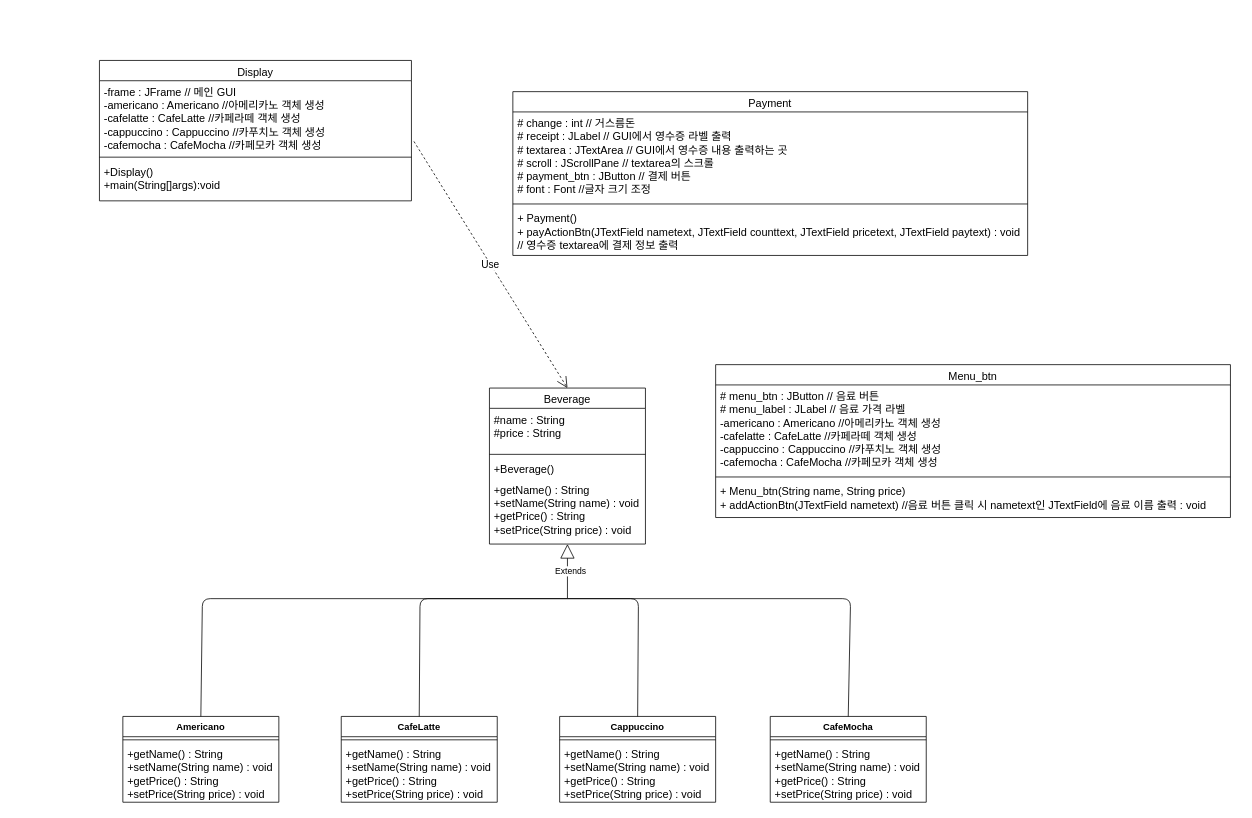
Earlier version of the draw.io diagram Untitled Diagram.drawio (ans2568/Messenger). Source tidied: cells renumbered, new cells numbered last; positions are measured from the earlier drawing's top-left corner, leaving out a move shared by most shapes. Both pictures are drawn from the tidied source at 78%, with x=0, y=0 at pixel (99, 60).
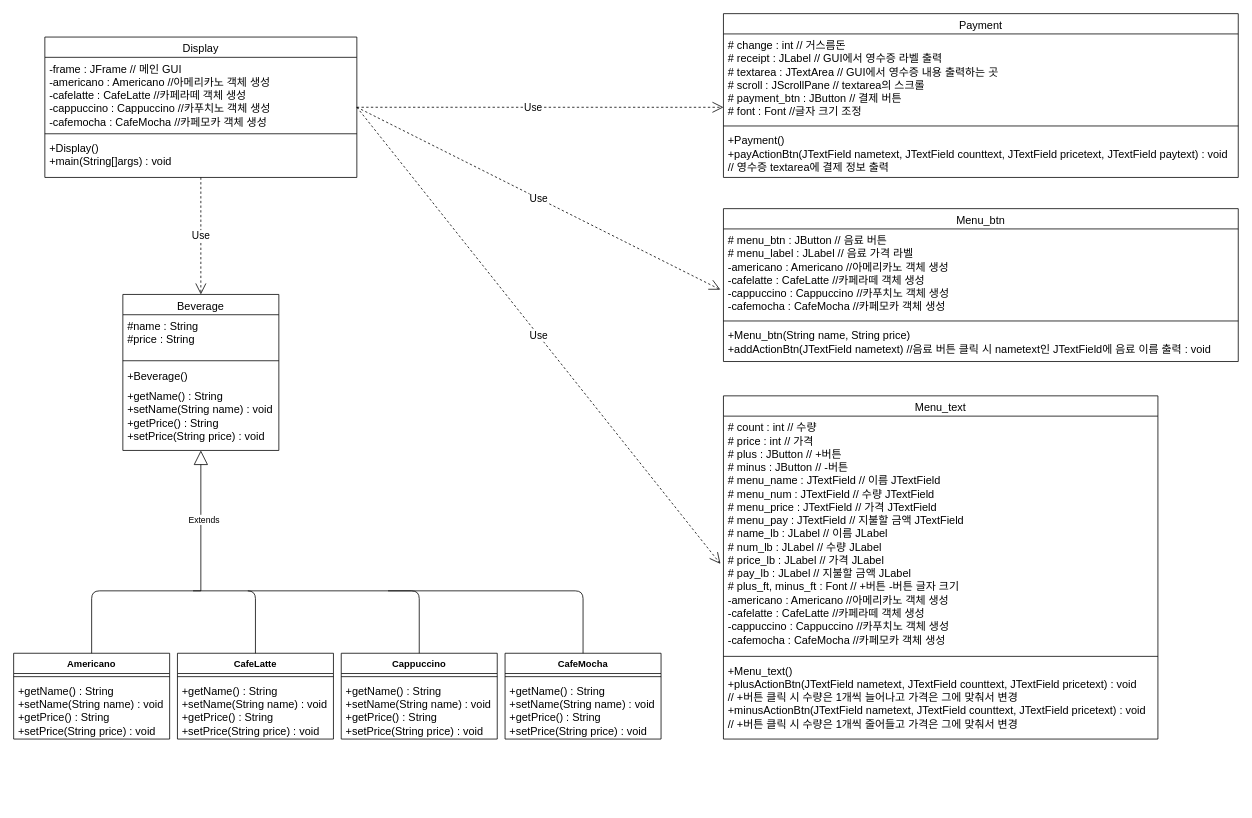
Above is the later version.

Unchanged cells that the change refers to:
```xml
<mxCell id="8" value="-frame : JFrame // 메인 GUI&#10;-americano : Americano //아메리카노 객체 생성&#10;-cafelatte : CafeLatte //카페라떼 객체 생성&#10;-cappuccino : Cappuccino //카푸치노 객체 생성&#10;-cafemocha : CafeMocha //카페모카 객체 생성" style="text;align=left;verticalAlign=top;spacingLeft=4;spacingRight=4;overflow=hidden;points=[[0,0.5],[1,0.5]];portConstraint=eastwest;fontSize=14;" parent="7" vertex="1">
  <mxGeometry y="26" width="400" height="94" as="geometry" />
</mxCell>
<mxCell id="12" value="# change : int // 거스름돈&#10;# receipt : JLabel // GUI에서 영수증 라벨 출력&#10;# textarea : JTextArea // GUI에서 영수증 내용 출력하는 곳&#10;# scroll : JScrollPane // textarea의 스크롤&#10;# payment_btn : JButton // 결제 버튼&#10;# font : Font //글자 크기 조정" style="text;align=left;verticalAlign=top;spacingLeft=4;spacingRight=4;overflow=hidden;points=[[0,0.5],[1,0.5]];portConstraint=eastwest;fontSize=14;" parent="11" vertex="1">
  <mxGeometry y="26" width="660" height="114" as="geometry" />
</mxCell>
<mxCell id="34" value="# menu_btn : JButton // 음료 버튼&#10;# menu_label : JLabel // 음료 가격 라벨&#10;-americano : Americano //아메리카노 객체 생성&#10;-cafelatte : CafeLatte //카페라떼 객체 생성&#10;-cappuccino : Cappuccino //카푸치노 객체 생성&#10;-cafemocha : CafeMocha //카페모카 객체 생성&#10;" style="text;align=left;verticalAlign=top;spacingLeft=4;spacingRight=4;overflow=hidden;points=[[0,0.5],[1,0.5]];portConstraint=eastwest;fontSize=14;" parent="33" vertex="1">
  <mxGeometry y="26" width="660" height="114" as="geometry" />
</mxCell>
```

The edit, as a diff of the source:
```diff
@@
     <mxCell id="2" value="Beverage" style="swimlane;fontStyle=0;align=center;verticalAlign=top;horizontal=1;startSize=26;rounded=0;shadow=0;strokeWidth=1;fontSize=14;" parent="1" vertex="1">
-      <mxGeometry x="500" y="420" width="200" height="200" as="geometry" />
+      <mxGeometry x="30" y="300" width="200" height="200" as="geometry" />
     </mxCell>
@@
     <mxCell id="7" value="Display" style="swimlane;fontStyle=0;align=center;verticalAlign=top;horizontal=1;startSize=26;rounded=0;shadow=0;strokeWidth=1;fontSize=14;" parent="1" vertex="1">
-      <mxGeometry width="400" height="180" as="geometry" />
+      <mxGeometry x="-70" y="-30" width="400" height="180" as="geometry" />
     </mxCell>
@@
-    <mxCell id="10" value="+Display()&#10;+main(String[]args):void" style="text;strokeColor=none;fillColor=none;align=left;verticalAlign=top;spacingLeft=4;spacingRight=4;overflow=hidden;points=[[0,0.5],[1,0.5]];portConstraint=eastwest;fontSize=14;" parent="7" vertex="1">
+    <mxCell id="10" value="+Display()&#10;+main(String[]args) : void" style="text;strokeColor=none;fillColor=none;align=left;verticalAlign=top;spacingLeft=4;spacingRight=4;overflow=hidden;points=[[0,0.5],[1,0.5]];portConstraint=eastwest;fontSize=14;" parent="7" vertex="1">
       <mxGeometry y="128" width="400" height="52" as="geometry" />
     </mxCell>
     <mxCell id="11" value="Payment" style="swimlane;fontStyle=0;align=center;verticalAlign=top;horizontal=1;startSize=26;rounded=0;shadow=0;strokeWidth=1;fontSize=14;" parent="1" vertex="1">
-      <mxGeometry x="530" y="40" width="660" height="210" as="geometry" />
+      <mxGeometry x="800" y="-60" width="660" height="210" as="geometry" />
     </mxCell>
@@
-    <mxCell id="14" value="+ Payment() &#10;+ payActionBtn(JTextField nametext, JTextField counttext, JTextField pricetext, JTextField paytext) : void&#10;// 영수증 textarea에 결제 정보 출력" style="text;align=left;verticalAlign=top;spacingLeft=4;spacingRight=4;overflow=hidden;fontSize=14;" parent="11" vertex="1">
+    <mxCell id="14" value="+Payment() &#10;+payActionBtn(JTextField nametext, JTextField counttext, JTextField pricetext, JTextField paytext) : void&#10;// 영수증 textarea에 결제 정보 출력" style="text;align=left;verticalAlign=top;spacingLeft=4;spacingRight=4;overflow=hidden;fontSize=14;" parent="11" vertex="1">
       <mxGeometry y="148" width="660" height="62" as="geometry" />
     </mxCell>
     <mxCell id="15" value="Cappuccino" style="swimlane;fontStyle=1;align=center;verticalAlign=top;horizontal=1;startSize=26;" parent="1" vertex="1">
-      <mxGeometry x="590" y="841" width="200" height="110" as="geometry" />
+      <mxGeometry x="310" y="760" width="200" height="110" as="geometry" />
     </mxCell>
@@
     <mxCell id="18" value="CafeMocha" style="swimlane;fontStyle=1;align=center;verticalAlign=top;horizontal=1;startSize=26;" parent="1" vertex="1">
-      <mxGeometry x="860" y="841" width="200" height="110" as="geometry" />
+      <mxGeometry x="520" y="760" width="200" height="110" as="geometry" />
     </mxCell>
@@
     <mxCell id="21" value="CafeLatte" style="swimlane;fontStyle=1;align=center;verticalAlign=top;horizontal=1;startSize=26;" parent="1" vertex="1">
-      <mxGeometry x="310" y="841" width="200" height="110" as="geometry" />
+      <mxGeometry x="100" y="760" width="200" height="110" as="geometry" />
     </mxCell>
@@
     <mxCell id="24" value="Americano" style="swimlane;fontStyle=1;align=center;verticalAlign=top;horizontal=1;startSize=26;" parent="1" vertex="1">
-      <mxGeometry x="30" y="841" width="200" height="110" as="geometry" />
+      <mxGeometry x="-110" y="760" width="200" height="110" as="geometry" />
     </mxCell>
@@
     <mxCell id="27" value="Extends" style="endArrow=block;endSize=16;endFill=0;html=1;entryX=0.5;entryY=1;entryDx=0;entryDy=0;" parent="1" edge="1" target="2">
       <mxGeometry x="0.01" y="-4" relative="1" as="geometry">
-        <mxPoint x="600" y="690" as="sourcePoint" />
+        <mxPoint x="130" y="680" as="sourcePoint" />
       </mxGeometry>
     </mxCell>
     <mxCell id="28" style="endArrow=none;html=1;entryX=0.5;entryY=0;entryDx=0;entryDy=0;" parent="1" edge="1" target="18">
       <mxGeometry relative="1" as="geometry">
-        <mxPoint x="600" y="690" as="sourcePoint" />
+        <mxPoint x="370" y="680" as="sourcePoint" />
         <Array as="points">
-          <mxPoint x="963" y="690" />
+          <mxPoint x="620" y="680" />
         </Array>
       </mxGeometry>
     </mxCell>
     <mxCell id="29" style="endArrow=none;html=1;entryX=0.5;entryY=0;entryDx=0;entryDy=0;" parent="1" edge="1" target="24">
       <mxGeometry relative="1" as="geometry">
-        <mxPoint x="600" y="690" as="sourcePoint" />
+        <mxPoint x="130" y="680" as="sourcePoint" />
         <Array as="points">
-          <mxPoint x="132" y="690" />
+          <mxPoint x="-10" y="680" />
         </Array>
       </mxGeometry>
     </mxCell>
     <mxCell id="30" style="endArrow=none;html=1;exitX=0.5;exitY=0;exitDx=0;exitDy=0;" parent="1" edge="1" source="15">
       <mxGeometry relative="1" as="geometry">
-        <mxPoint x="600" y="690" as="targetPoint" />
+        <mxPoint x="190" y="680" as="targetPoint" />
         <Array as="points">
-          <mxPoint x="691" y="690" />
+          <mxPoint x="410" y="680" />
         </Array>
       </mxGeometry>
     </mxCell>
     <mxCell id="31" style="endArrow=none;html=1;exitX=0.5;exitY=0;exitDx=0;exitDy=0;" parent="1" edge="1" source="21">
       <mxGeometry relative="1" as="geometry">
-        <mxPoint x="600" y="690" as="targetPoint" />
+        <mxPoint x="120" y="680" as="targetPoint" />
         <Array as="points">
-          <mxPoint x="411" y="690" />
+          <mxPoint x="200" y="680" />
         </Array>
       </mxGeometry>
     </mxCell>
-    <mxCell id="32" value="Use" style="endArrow=open;endSize=12;dashed=1;html=1;fontSize=13;exitX=1.008;exitY=0.828;exitDx=0;exitDy=0;entryX=0.5;entryY=0;entryDx=0;entryDy=0;exitPerimeter=0;" parent="1" edge="1" source="8" target="2">
+    <mxCell id="32" value="Use" style="endArrow=open;endSize=12;dashed=1;html=1;fontSize=13;exitX=0.5;exitY=1;exitDx=0;exitDy=0;entryX=0.5;entryY=0;entryDx=0;entryDy=0;exitPerimeter=0;" parent="1" edge="1" source="10" target="2">
       <mxGeometry relative="1" as="geometry" />
     </mxCell>
     <mxCell id="33" value="Menu_btn" style="swimlane;fontStyle=0;align=center;verticalAlign=top;horizontal=1;startSize=26;rounded=0;shadow=0;strokeWidth=1;fontSize=14;" parent="1" vertex="1">
-      <mxGeometry x="790" y="390" width="660" height="196" as="geometry" />
+      <mxGeometry x="800" y="190" width="660" height="196" as="geometry" />
     </mxCell>
@@
-    <mxCell id="36" value="+ Menu_btn(String name, String price) &#10;+ addActionBtn(JTextField nametext) //음료 버튼 클릭 시 nametext인 JTextField에 음료 이름 출력 : void" style="text;align=left;verticalAlign=top;spacingLeft=4;spacingRight=4;overflow=hidden;fontSize=14;" parent="33" vertex="1">
+    <mxCell id="36" value="+Menu_btn(String name, String price) &#10;+addActionBtn(JTextField nametext) //음료 버튼 클릭 시 nametext인 JTextField에 음료 이름 출력 : void" style="text;align=left;verticalAlign=top;spacingLeft=4;spacingRight=4;overflow=hidden;fontSize=14;" parent="33" vertex="1">
       <mxGeometry y="148" width="660" height="42" as="geometry" />
     </mxCell>
+    <mxCell id="37" value="Menu_text" style="swimlane;fontStyle=0;align=center;verticalAlign=top;horizontal=1;startSize=26;rounded=0;shadow=0;strokeWidth=1;fontSize=14;" parent="1" vertex="1">
+      <mxGeometry x="800" y="430" width="557" height="440" as="geometry" />
+    </mxCell>
+    <mxCell id="38" value="# count : int // 수량&#10;# price : int // 가격&#10;# plus : JButton // +버튼&#10;# minus : JButton // -버튼&#10;# menu_name : JTextField // 이름 JTextField&#10;# menu_num : JTextField // 수량 JTextField&#10;# menu_price : JTextField // 가격 JTextField&#10;# menu_pay : JTextField // 지불할 금액 JTextField&#10;# name_lb : JLabel // 이름 JLabel&#10;# num_lb : JLabel // 수량 JLabel&#10;# price_lb : JLabel // 가격 JLabel&#10;# pay_lb : JLabel // 지불할 금액 JLabel&#10;# plus_ft, minus_ft : Font // +버튼 -버튼 글자 크기&#10;-americano : Americano //아메리카노 객체 생성&#10;-cafelatte : CafeLatte //카페라떼 객체 생성&#10;-cappuccino : Cappuccino //카푸치노 객체 생성&#10;-cafemocha : CafeMocha //카페모카 객체 생성&#10;" style="text;align=left;verticalAlign=top;spacingLeft=4;spacingRight=4;overflow=hidden;points=[[0,0.5],[1,0.5]];portConstraint=eastwest;fontSize=14;" parent="37" vertex="1">
+      <mxGeometry y="26" width="557" height="304" as="geometry" />
+    </mxCell>
+    <mxCell id="39" style="line;html=1;strokeWidth=1;align=left;verticalAlign=middle;spacingTop=-1;spacingLeft=3;spacingRight=3;labelPosition=right;fontSize=14;" parent="37" vertex="1">
+      <mxGeometry y="330" width="557" height="8" as="geometry" />
+    </mxCell>
+    <mxCell id="40" value="+Menu_text()&#10;+plusActionBtn(JTextField nametext, JTextField counttext, JTextField pricetext) : void&#10;// +버튼 클릭 시 수량은 1개씩 늘어나고 가격은 그에 맞춰서 변경&#10;+minusActionBtn(JTextField nametext, JTextField counttext, JTextField pricetext) : void&#10;// +버튼 클릭 시 수량은 1개씩 줄어들고 가격은 그에 맞춰서 변경" style="text;align=left;verticalAlign=top;spacingLeft=4;spacingRight=4;overflow=hidden;fontSize=14;" parent="37" vertex="1">
+      <mxGeometry y="338" width="557" height="102" as="geometry" />
+    </mxCell>
+    <mxCell id="41" value="Use" style="endArrow=open;endSize=12;dashed=1;html=1;fontSize=13;entryX=-0.007;entryY=0.623;entryDx=0;entryDy=0;entryPerimeter=0;" parent="1" edge="1" target="38">
+      <mxGeometry relative="1" as="geometry">
+        <mxPoint x="330" y="60" as="sourcePoint" />
+      </mxGeometry>
+    </mxCell>
+    <mxCell id="42" value="Use" style="endArrow=open;endSize=12;dashed=1;html=1;fontSize=13;entryX=-0.006;entryY=0.683;entryDx=0;entryDy=0;entryPerimeter=0;" parent="1" edge="1" target="34">
+      <mxGeometry relative="1" as="geometry">
+        <mxPoint x="330" y="60" as="sourcePoint" />
+      </mxGeometry>
+    </mxCell>
+    <mxCell id="43" value="Use" style="endArrow=open;endSize=12;dashed=1;html=1;fontSize=13;exitX=1;exitY=0.5;exitDx=0;exitDy=0;entryX=0;entryY=0.825;entryDx=0;entryDy=0;entryPerimeter=0;" parent="1" edge="1" source="7" target="12">
+      <mxGeometry x="-0.04" relative="1" as="geometry" />
+    </mxCell>
```
